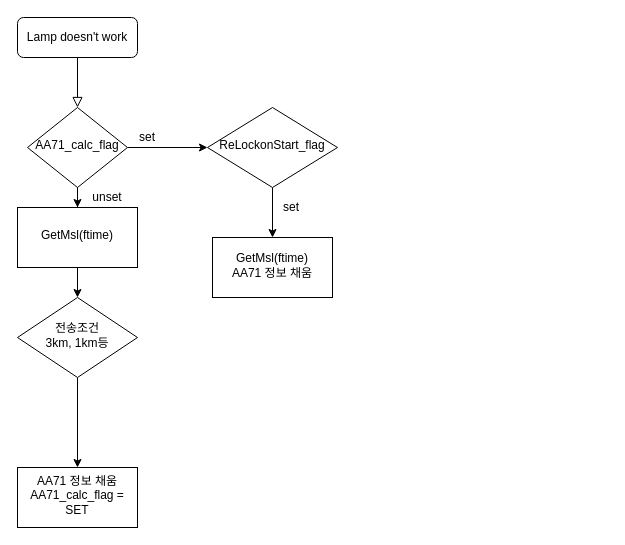
The draw.io diagram Untitled Diagram.drawio in sejoon86/course-collaboration-travel-plans, before the edit. Source tidied: cells renumbered, new cells numbered last; positions are measured from the earlier drawing's top-left corner, leaving out a move shared by most shapes. Both pictures are drawn from the tidied source at 100%, with x=0, y=0 at pixel (17, 17).
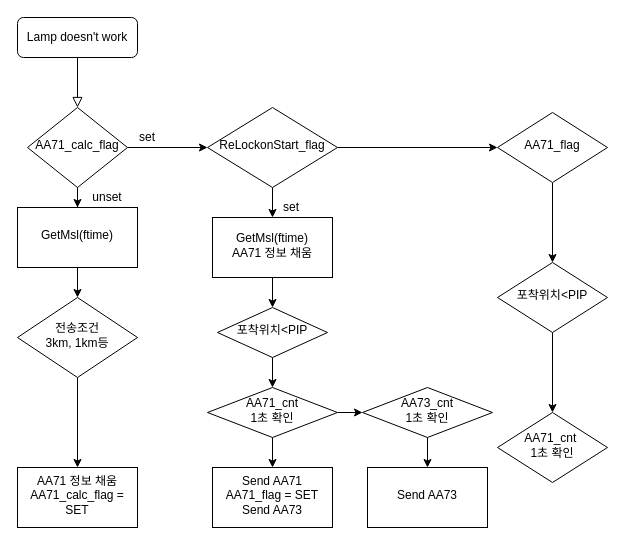
After the change.

Unchanged cells that the change refers to:
```xml
<mxCell id="13" value="ReLockonStart_flag" style="rhombus;whiteSpace=wrap;html=1;shadow=0;fontFamily=Helvetica;fontSize=12;align=center;strokeWidth=1;spacing=6;spacingTop=-4;" parent="1" vertex="1">
  <mxGeometry x="190" y="90" width="130" height="80" as="geometry" />
</mxCell>
```

The edit, as a diff of the source:
```diff
@@
+    <mxCell id="18" style="edgeStyle=orthogonalEdgeStyle;rounded=0;jettySize=auto;html=1;" parent="1" edge="1" source="13" target="30">
+      <mxGeometry relative="1" as="geometry" />
+    </mxCell>
@@
+    <mxCell id="19" style="edgeStyle=orthogonalEdgeStyle;rounded=0;jettySize=auto;html=1;" parent="1" edge="1" source="14" target="21">
+      <mxGeometry relative="1" as="geometry" />
+    </mxCell>
     <mxCell id="14" value="GetMsl(ftime)&lt;br&gt;AA71 정보 채움" style="whiteSpace=wrap;html=1;shadow=0;strokeWidth=1;spacing=6;spacingTop=-4;" parent="1" vertex="1">
-      <mxGeometry x="195" y="220" width="120" height="60" as="geometry" />
+      <mxGeometry x="195" y="200" width="120" height="60" as="geometry" />
     </mxCell>
@@
+    <mxCell id="20" style="edgeStyle=orthogonalEdgeStyle;rounded=0;jettySize=auto;html=1;" parent="1" edge="1" source="21" target="24">
+      <mxGeometry relative="1" as="geometry" />
+    </mxCell>
+    <mxCell id="21" value="포착위치&amp;lt;PIP" style="rhombus;whiteSpace=wrap;html=1;shadow=0;strokeWidth=1;spacing=6;spacingTop=-4;" parent="1" vertex="1">
+      <mxGeometry x="200" y="290" width="110" height="50" as="geometry" />
+    </mxCell>
+    <mxCell id="22" style="edgeStyle=orthogonalEdgeStyle;rounded=0;jettySize=auto;html=1;" parent="1" edge="1" source="24" target="25">
+      <mxGeometry relative="1" as="geometry" />
+    </mxCell>
+    <mxCell id="23" style="edgeStyle=orthogonalEdgeStyle;rounded=0;jettySize=auto;html=1;" parent="1" edge="1" source="24" target="27">
+      <mxGeometry relative="1" as="geometry" />
+    </mxCell>
+    <mxCell id="24" value="AA71_cnt &lt;br&gt;1초 확인" style="rhombus;whiteSpace=wrap;html=1;shadow=0;strokeWidth=1;spacing=6;spacingTop=-4;" parent="1" vertex="1">
+      <mxGeometry x="190" y="370" width="130" height="50" as="geometry" />
+    </mxCell>
+    <mxCell id="25" value="Send AA71&lt;br&gt;AA71_flag = SET&lt;br&gt;Send AA73" style="whiteSpace=wrap;html=1;shadow=0;strokeWidth=1;spacing=6;spacingTop=-4;" parent="1" vertex="1">
+      <mxGeometry x="195" y="450" width="120" height="60" as="geometry" />
+    </mxCell>
+    <mxCell id="26" style="edgeStyle=orthogonalEdgeStyle;rounded=0;jettySize=auto;html=1;" parent="1" edge="1" source="27" target="28">
+      <mxGeometry relative="1" as="geometry" />
+    </mxCell>
+    <mxCell id="27" value="AA73_cnt &lt;br&gt;1초 확인" style="rhombus;whiteSpace=wrap;html=1;shadow=0;strokeWidth=1;spacing=6;spacingTop=-4;" parent="1" vertex="1">
+      <mxGeometry x="345" y="370" width="130" height="50" as="geometry" />
+    </mxCell>
+    <mxCell id="28" value="Send AA73" style="whiteSpace=wrap;html=1;shadow=0;strokeWidth=1;spacing=6;spacingTop=-4;" parent="1" vertex="1">
+      <mxGeometry x="350" y="450" width="120" height="60" as="geometry" />
+    </mxCell>
+    <mxCell id="29" style="edgeStyle=orthogonalEdgeStyle;rounded=0;jettySize=auto;html=1;" parent="1" edge="1" source="30" target="32">
+      <mxGeometry relative="1" as="geometry" />
+    </mxCell>
+    <mxCell id="30" value="AA71_flag" style="rhombus;whiteSpace=wrap;html=1;shadow=0;strokeWidth=1;spacing=6;spacingTop=-4;" parent="1" vertex="1">
+      <mxGeometry x="480" y="95" width="110" height="70" as="geometry" />
+    </mxCell>
+    <mxCell id="31" style="edgeStyle=orthogonalEdgeStyle;rounded=0;jettySize=auto;html=1;" parent="1" edge="1" source="32" target="33">
+      <mxGeometry relative="1" as="geometry" />
+    </mxCell>
+    <mxCell id="32" value="포착위치&amp;lt;PIP" style="rhombus;whiteSpace=wrap;html=1;shadow=0;strokeWidth=1;spacing=6;spacingTop=-4;" parent="1" vertex="1">
+      <mxGeometry x="480" y="245" width="110" height="70" as="geometry" />
+    </mxCell>
+    <mxCell id="33" value="AA71_cnt&amp;nbsp;&lt;br&gt;1초 확인" style="rhombus;whiteSpace=wrap;html=1;shadow=0;strokeWidth=1;spacing=6;spacingTop=-4;" parent="1" vertex="1">
+      <mxGeometry x="480" y="395" width="110" height="70" as="geometry" />
+    </mxCell>
```
